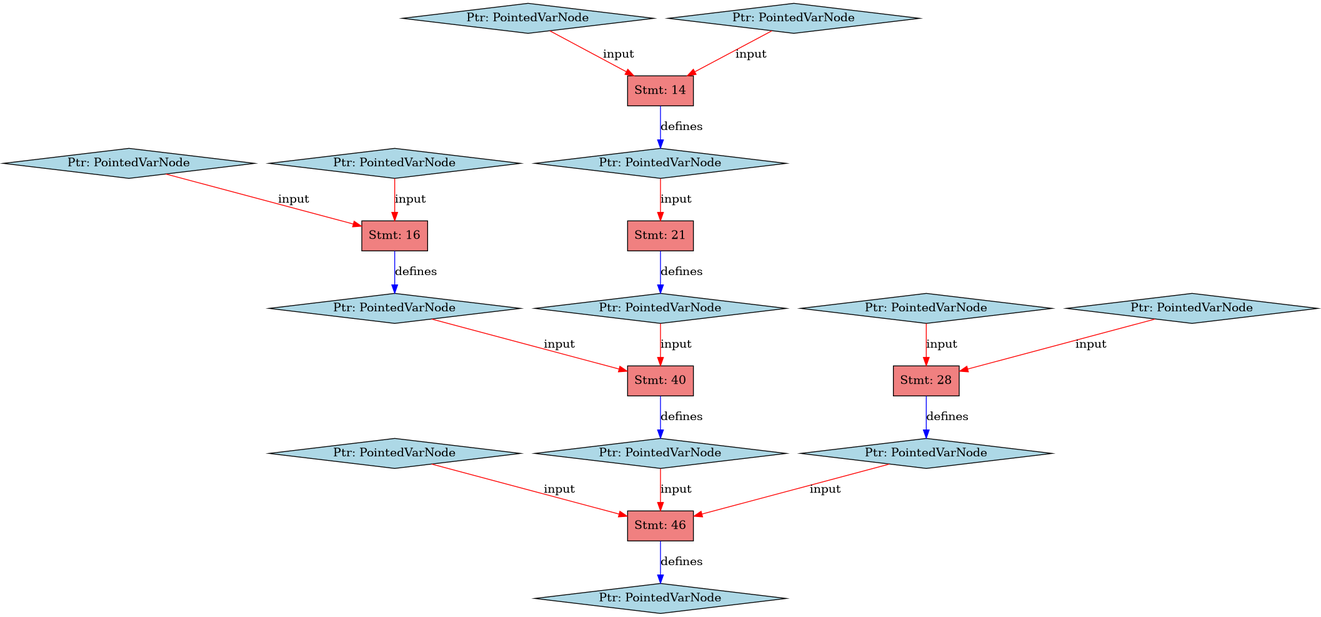
Earlier version of the Graphviz export sdemoservice/vars_building_tree.png (MagicXiaoBai1/AnalyzerBaseOnSVF). Its source is kept beside it as sdemoservice/vars_building_tree.dot.
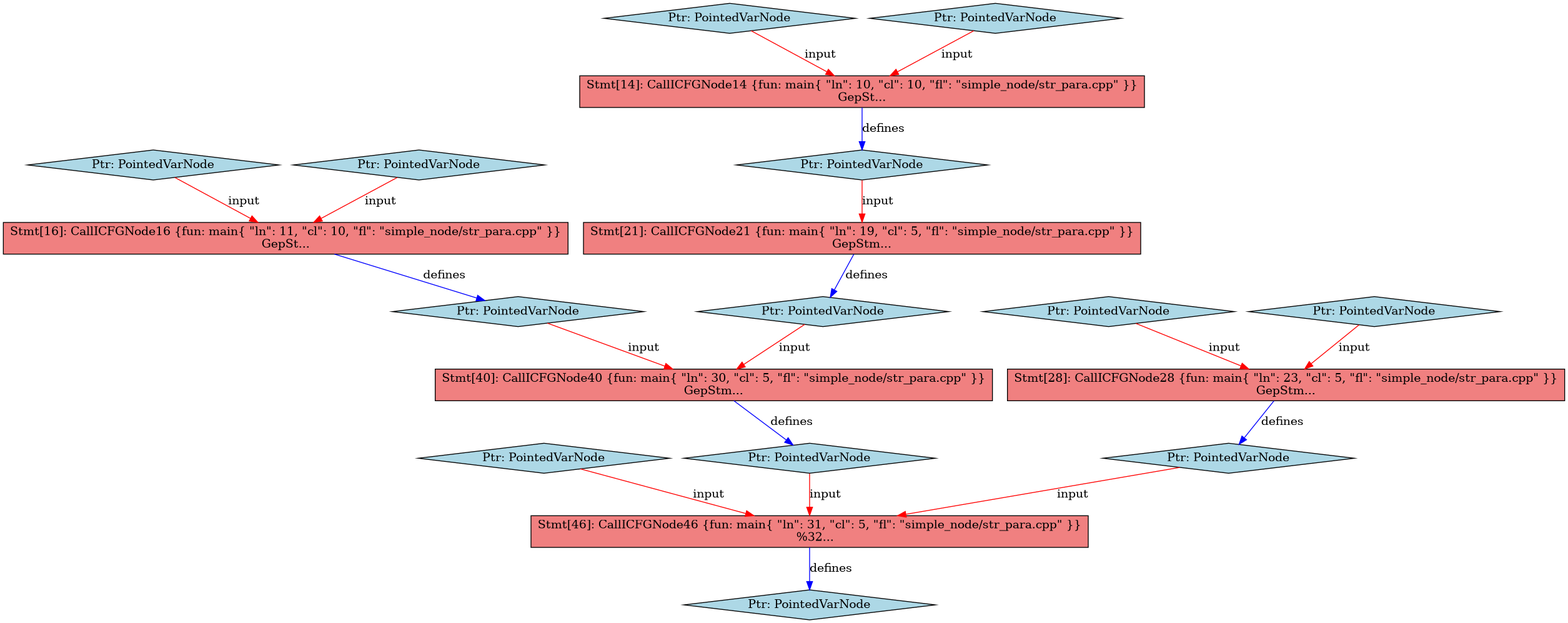
The same file after the commit.

Commit message:
图可视化模块优化1

The edit, as a diff of the source:
```diff
@@ -3,41 +3,41 @@
   node [shape=box, style=filled];
   edge [color=black];
 
-  var_94424320694192 [label="Ptr: PointedVarNode", fillcolor=lightblue, shape=diamond];
-  stmt_94424320681168 [label="Stmt: 46", fillcolor=lightcoral, shape=box];
-  var_94424320706496 [label="Ptr: PointedVarNode", fillcolor=lightblue, shape=diamond];
-  var_94424320706496 -> stmt_94424320681168 [color=red, label="input"];
-  var_94424320706560 [label="Ptr: PointedVarNode", fillcolor=lightblue, shape=diamond];
-  stmt_94424320681120 [label="Stmt: 40", fillcolor=lightcoral, shape=box];
-  var_94424320706688 [label="Ptr: PointedVarNode", fillcolor=lightblue, shape=diamond];
-  stmt_94424320698112 [label="Stmt: 16", fillcolor=lightcoral, shape=box];
-  var_94424320697168 [label="Ptr: PointedVarNode", fillcolor=lightblue, shape=diamond];
-  var_94424320697168 -> stmt_94424320698112 [color=red, label="input"];
-  var_94424320698544 [label="Ptr: PointedVarNode", fillcolor=lightblue, shape=diamond];
-  var_94424320698544 -> stmt_94424320698112 [color=red, label="input"];
-  stmt_94424320698112 -> var_94424320706688 [color=blue, label="defines"];
-  var_94424320706688 -> stmt_94424320681120 [color=red, label="input"];
-  var_94424320689760 [label="Ptr: PointedVarNode", fillcolor=lightblue, shape=diamond];
-  stmt_94424320688528 [label="Stmt: 21", fillcolor=lightcoral, shape=box];
-  var_94424320690960 [label="Ptr: PointedVarNode", fillcolor=lightblue, shape=diamond];
-  stmt_94424320698320 [label="Stmt: 14", fillcolor=lightcoral, shape=box];
-  var_94424320698256 [label="Ptr: PointedVarNode", fillcolor=lightblue, shape=diamond];
-  var_94424320698256 -> stmt_94424320698320 [color=red, label="input"];
-  var_94424320689856 [label="Ptr: PointedVarNode", fillcolor=lightblue, shape=diamond];
-  var_94424320689856 -> stmt_94424320698320 [color=red, label="input"];
-  stmt_94424320698320 -> var_94424320690960 [color=blue, label="defines"];
-  var_94424320690960 -> stmt_94424320688528 [color=red, label="input"];
-  stmt_94424320688528 -> var_94424320689760 [color=blue, label="defines"];
-  var_94424320689760 -> stmt_94424320681120 [color=red, label="input"];
-  stmt_94424320681120 -> var_94424320706560 [color=blue, label="defines"];
-  var_94424320706560 -> stmt_94424320681168 [color=red, label="input"];
-  var_94424320706624 [label="Ptr: PointedVarNode", fillcolor=lightblue, shape=diamond];
-  stmt_94424320687840 [label="Stmt: 28", fillcolor=lightcoral, shape=box];
-  var_94424320698048 [label="Ptr: PointedVarNode", fillcolor=lightblue, shape=diamond];
-  var_94424320698048 -> stmt_94424320687840 [color=red, label="input"];
-  var_94424320689504 [label="Ptr: PointedVarNode", fillcolor=lightblue, shape=diamond];
-  var_94424320689504 -> stmt_94424320687840 [color=red, label="input"];
-  stmt_94424320687840 -> var_94424320706624 [color=blue, label="defines"];
-  var_94424320706624 -> stmt_94424320681168 [color=red, label="input"];
-  stmt_94424320681168 -> var_94424320694192 [color=blue, label="defines"];
+  var_94113641944784 [label="Ptr: PointedVarNode", fillcolor=lightblue, shape=diamond];
+  stmt_94113641931760 [label="Stmt[46]: CallICFGNode46 {fun: main{ \"ln\": 31, \"cl\": 5, \"fl\": \"simple_node/str_para.cpp\" }}\n   %32...", fillcolor=lightcoral, shape=box];
+  var_94113641957088 [label="Ptr: PointedVarNode", fillcolor=lightblue, shape=diamond];
+  var_94113641957088 -> stmt_94113641931760 [color=red, label="input"];
+  var_94113641957152 [label="Ptr: PointedVarNode", fillcolor=lightblue, shape=diamond];
+  stmt_94113641931712 [label="Stmt[40]: CallICFGNode40 {fun: main{ \"ln\": 30, \"cl\": 5, \"fl\": \"simple_node/str_para.cpp\" }}\nGepStm...", fillcolor=lightcoral, shape=box];
+  var_94113641957280 [label="Ptr: PointedVarNode", fillcolor=lightblue, shape=diamond];
+  stmt_94113641948704 [label="Stmt[16]: CallICFGNode16 {fun: main{ \"ln\": 11, \"cl\": 10, \"fl\": \"simple_node/str_para.cpp\" }}\nGepSt...", fillcolor=lightcoral, shape=box];
+  var_94113641947760 [label="Ptr: PointedVarNode", fillcolor=lightblue, shape=diamond];
+  var_94113641947760 -> stmt_94113641948704 [color=red, label="input"];
+  var_94113641949136 [label="Ptr: PointedVarNode", fillcolor=lightblue, shape=diamond];
+  var_94113641949136 -> stmt_94113641948704 [color=red, label="input"];
+  stmt_94113641948704 -> var_94113641957280 [color=blue, label="defines"];
+  var_94113641957280 -> stmt_94113641931712 [color=red, label="input"];
+  var_94113641940352 [label="Ptr: PointedVarNode", fillcolor=lightblue, shape=diamond];
+  stmt_94113641939120 [label="Stmt[21]: CallICFGNode21 {fun: main{ \"ln\": 19, \"cl\": 5, \"fl\": \"simple_node/str_para.cpp\" }}\nGepStm...", fillcolor=lightcoral, shape=box];
+  var_94113641941552 [label="Ptr: PointedVarNode", fillcolor=lightblue, shape=diamond];
+  stmt_94113641948912 [label="Stmt[14]: CallICFGNode14 {fun: main{ \"ln\": 10, \"cl\": 10, \"fl\": \"simple_node/str_para.cpp\" }}\nGepSt...", fillcolor=lightcoral, shape=box];
+  var_94113641948848 [label="Ptr: PointedVarNode", fillcolor=lightblue, shape=diamond];
+  var_94113641948848 -> stmt_94113641948912 [color=red, label="input"];
+  var_94113641940448 [label="Ptr: PointedVarNode", fillcolor=lightblue, shape=diamond];
+  var_94113641940448 -> stmt_94113641948912 [color=red, label="input"];
+  stmt_94113641948912 -> var_94113641941552 [color=blue, label="defines"];
+  var_94113641941552 -> stmt_94113641939120 [color=red, label="input"];
+  stmt_94113641939120 -> var_94113641940352 [color=blue, label="defines"];
+  var_94113641940352 -> stmt_94113641931712 [color=red, label="input"];
+  stmt_94113641931712 -> var_94113641957152 [color=blue, label="defines"];
+  var_94113641957152 -> stmt_94113641931760 [color=red, label="input"];
+  var_94113641957216 [label="Ptr: PointedVarNode", fillcolor=lightblue, shape=diamond];
+  stmt_94113641938432 [label="Stmt[28]: CallICFGNode28 {fun: main{ \"ln\": 23, \"cl\": 5, \"fl\": \"simple_node/str_para.cpp\" }}\nGepStm...", fillcolor=lightcoral, shape=box];
+  var_94113641948640 [label="Ptr: PointedVarNode", fillcolor=lightblue, shape=diamond];
+  var_94113641948640 -> stmt_94113641938432 [color=red, label="input"];
+  var_94113641940096 [label="Ptr: PointedVarNode", fillcolor=lightblue, shape=diamond];
+  var_94113641940096 -> stmt_94113641938432 [color=red, label="input"];
+  stmt_94113641938432 -> var_94113641957216 [color=blue, label="defines"];
+  var_94113641957216 -> stmt_94113641931760 [color=red, label="input"];
+  stmt_94113641931760 -> var_94113641944784 [color=blue, label="defines"];
 }
```
